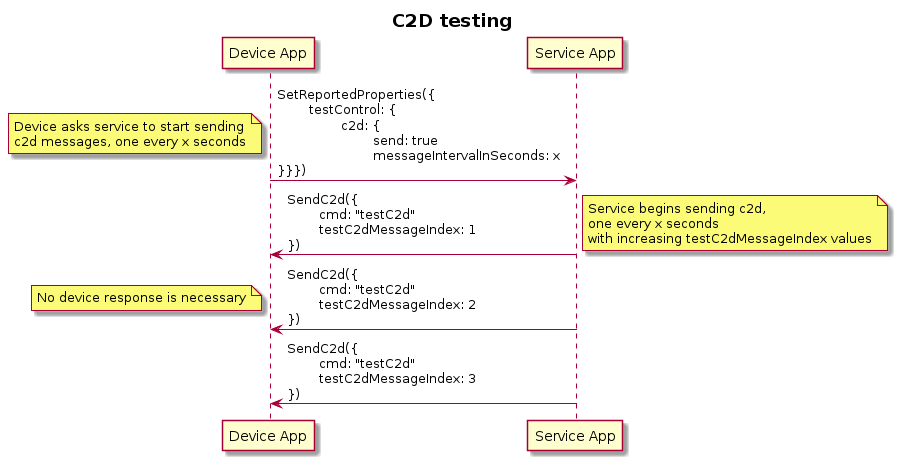
Earlier version of the PlantUML export docs/assets/test-c2d.png (Azure/iot-sdk-longhaul).
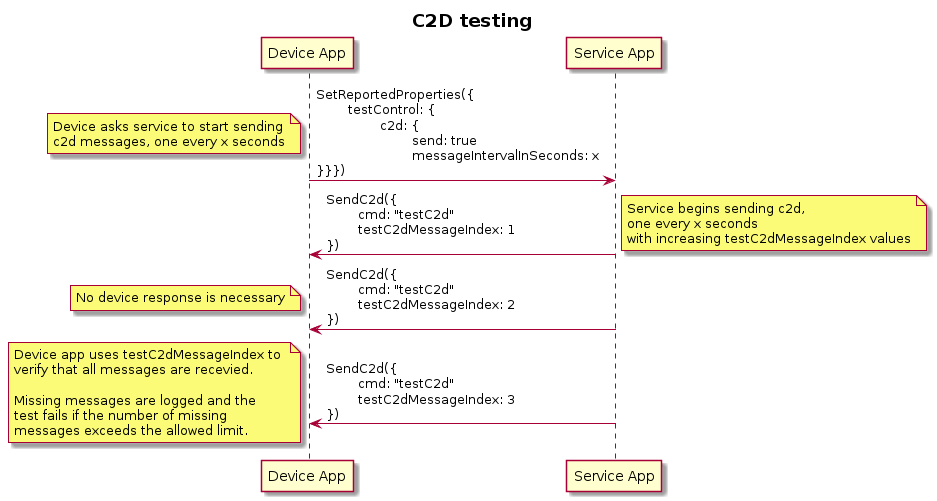
After the commit.

The edit, as a diff of the source:
```diff
@@ -14,5 +14,5 @@
 note left: No device response is necessary
 
 S -> D: SendC2d({\n\tcmd: "testC2d"\n\ttestC2dMessageIndex: 3\n})
-
+note left: Device app uses testC2dMessageIndex to \nverify that all messages are recevied.\n\nMissing messages are logged and the \ntest fails if the number of missing \nmessages exceeds the allowed limit.
 @enduml
```
